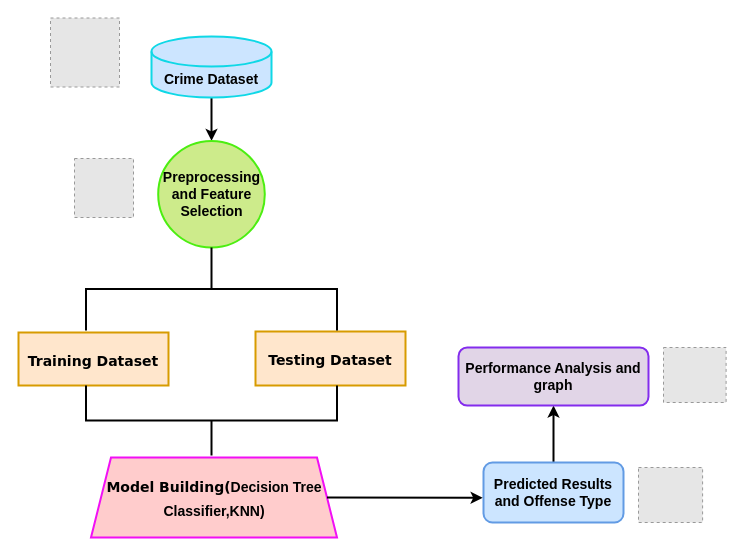
Before: Untitled Diagram.drawio in ChanumoluGayathri/System_Design, a draw.io diagram. Source tidied: cells renumbered, new cells numbered last; positions are measured from the earlier drawing's top-left corner, leaving out a move shared by most shapes. Both pictures are drawn from the tidied source at 100%, with x=0, y=0 at pixel (18, 17). Pictures stored in the file or linked from it are replaced by grey dashed boxes.
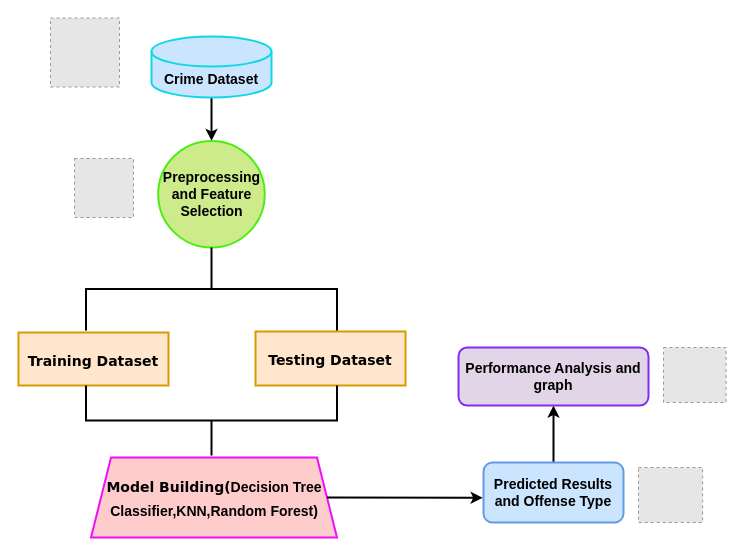
After the change.

Diff of the diagram source:
```diff
@@
 <mxGraphModel>
   <root>
     <mxCell id="0" />
     <mxCell id="1" parent="0" />
     <mxCell id="2" style="edgeStyle=orthogonalEdgeStyle;rounded=0;jettySize=auto;html=1;strokeWidth=2;" parent="1" edge="1" source="3" target="4">
       <mxGeometry relative="1" as="geometry" />
     </mxCell>
     <mxCell id="3" value="&lt;span style=&quot;font-size: 14px;&quot;&gt;&lt;b&gt;Crime Dataset&lt;/b&gt;&lt;/span&gt;" style="shape=cylinder3;whiteSpace=wrap;html=1;boundedLbl=1;backgroundOutline=1;size=15;fillColor=#cce5ff;strokeColor=#0fd8e6;strokeWidth=2;" parent="1" vertex="1">
       <mxGeometry x="133" y="19" width="120" height="61" as="geometry" />
     </mxCell>
     <mxCell id="4" value="&lt;b style=&quot;font-size: 14px;&quot;&gt;&lt;font style=&quot;font-size: 14px;&quot;&gt;Preprocessing and Feature S&lt;/font&gt;election&lt;/b&gt;" style="ellipse;whiteSpace=wrap;html=1;fillColor=#cdeb8b;strokeColor=#4cee11;strokeWidth=2;" parent="1" vertex="1">
       <mxGeometry x="139.7" y="123.4" width="106.6" height="106.6" as="geometry" />
     </mxCell>
     <mxCell id="5" style="edgeStyle=orthogonalEdgeStyle;rounded=0;jettySize=auto;html=1;strokeWidth=2;" parent="1" edge="1" source="6" target="7">
       <mxGeometry relative="1" as="geometry" />
     </mxCell>
     <mxCell id="6" value="&lt;b&gt;&lt;font style=&quot;font-size: 14px;&quot;&gt;Predicted Results and Offense Type&lt;/font&gt;&lt;/b&gt;" style="rounded=1;whiteSpace=wrap;html=1;fillColor=#cce5ff;strokeColor=#629be4;strokeWidth=2;" parent="1" vertex="1">
       <mxGeometry x="465" y="445" width="140" height="60" as="geometry" />
     </mxCell>
     <mxCell id="7" value="&lt;b&gt;&lt;font style=&quot;font-size: 14px;&quot;&gt;Performance Analysis and graph&lt;/font&gt;&lt;/b&gt;" style="rounded=1;whiteSpace=wrap;html=1;fillColor=#e1d5e7;strokeColor=#832ced;strokeWidth=2;" parent="1" vertex="1">
       <mxGeometry x="440" y="330" width="190" height="58" as="geometry" />
     </mxCell>
     <mxCell id="8" value="&lt;font size=&quot;1&quot; face=&quot;Verdana&quot;&gt;&lt;b style=&quot;font-size: 14px;&quot;&gt;Training Dataset&lt;/b&gt;&lt;/font&gt;" style="whiteSpace=wrap;html=1;hachureGap=4;fontFamily=Architects Daughter;fontSize=20;fillColor=#ffe6cc;strokeColor=#d79b00;strokeWidth=2;" parent="1" vertex="1">
       <mxGeometry y="315" width="150" height="53" as="geometry" />
     </mxCell>
     <mxCell id="9" value="&lt;font size=&quot;1&quot; face=&quot;Verdana&quot;&gt;&lt;b style=&quot;font-size: 14px;&quot;&gt;Testing Dataset&lt;/b&gt;&lt;/font&gt;" style="rounded=0;whiteSpace=wrap;html=1;hachureGap=4;fontFamily=Architects Daughter;fontSize=20;fillColor=#ffe6cc;strokeColor=#d79b00;strokeWidth=2;" parent="1" vertex="1">
       <mxGeometry x="237" y="314" width="150" height="54" as="geometry" />
     </mxCell>
-    <mxCell id="10" value="&lt;font style=&quot;font-size: 14px;&quot;&gt;&lt;b&gt;&lt;font style=&quot;font-size: 14px;&quot; face=&quot;Verdana&quot;&gt;Model Building(&lt;/font&gt;&lt;span style=&quot;border-color: var(--border-color); font-family: Helvetica;&quot;&gt;&lt;font style=&quot;border-color: var(--border-color); font-size: 14px;&quot;&gt;Decision Tree Classifier,KNN)&lt;/font&gt;&lt;/span&gt;&lt;/b&gt;&lt;/font&gt;" style="shape=trapezoid;perimeter=trapezoidPerimeter;whiteSpace=wrap;html=1;fixedSize=1;fontSize=20;fontFamily=Architects Daughter;hachureGap=4;fillColor=#ffcccc;strokeColor=#f10ff5;strokeWidth=2;" parent="1" vertex="1">
+    <mxCell id="10" value="&lt;font style=&quot;font-size: 14px;&quot;&gt;&lt;b&gt;&lt;font style=&quot;font-size: 14px;&quot; face=&quot;Verdana&quot;&gt;Model Building(&lt;/font&gt;&lt;span style=&quot;border-color: var(--border-color); font-family: Helvetica;&quot;&gt;&lt;font style=&quot;border-color: var(--border-color); font-size: 14px;&quot;&gt;Decision Tree Classifier,KNN,Random Forest)&lt;/font&gt;&lt;/span&gt;&lt;/b&gt;&lt;/font&gt;" style="shape=trapezoid;perimeter=trapezoidPerimeter;whiteSpace=wrap;html=1;fixedSize=1;fontSize=20;fontFamily=Architects Daughter;hachureGap=4;fillColor=#ffcccc;strokeColor=#f10ff5;strokeWidth=2;" parent="1" vertex="1">
       <mxGeometry x="72.5" y="440" width="246" height="80" as="geometry" />
     </mxCell>
     <mxCell id="11" style="fillColor=#E6E6E6;strokeColor=#999999;dashed=1;verticalLabelPosition=bottom;labelBackgroundColor=default;verticalAlign=top;" parent="1" vertex="1">
       <mxGeometry x="56" y="141" width="59" height="59" as="geometry" />
     </mxCell>
     <mxCell id="12" style="fillColor=#E6E6E6;strokeColor=#999999;dashed=1;verticalLabelPosition=bottom;labelBackgroundColor=default;verticalAlign=top;" parent="1" vertex="1">
       <mxGeometry x="32" y="0.5" width="69" height="69" as="geometry" />
     </mxCell>
     <mxCell id="13" style="fillColor=#E6E6E6;strokeColor=#999999;dashed=1;verticalLabelPosition=bottom;labelBackgroundColor=default;verticalAlign=top;" parent="1" vertex="1">
       <mxGeometry x="645" y="330" width="62.6" height="55" as="geometry" />
     </mxCell>
     <mxCell id="14" style="fillColor=#E6E6E6;strokeColor=#999999;dashed=1;verticalLabelPosition=bottom;labelBackgroundColor=default;verticalAlign=top;" parent="1" vertex="1">
       <mxGeometry x="620" y="450" width="64.1" height="55" as="geometry" />
     </mxCell>
     <mxCell id="15" style="strokeWidth=2;html=1;shape=mxgraph.flowchart.annotation_2;align=left;labelPosition=right;hachureGap=4;fontFamily=Architects Daughter;fontSize=20;perimeterSpacing=4;direction=south;" parent="1" vertex="1">
       <mxGeometry x="67.5" y="230" width="251" height="83" as="geometry" />
     </mxCell>
     <mxCell id="16" style="strokeWidth=2;html=1;shape=mxgraph.flowchart.annotation_2;align=left;labelPosition=right;hachureGap=4;fontFamily=Architects Daughter;fontSize=20;perimeterSpacing=4;direction=north;" parent="1" vertex="1">
       <mxGeometry x="67.5" y="368" width="251" height="70" as="geometry" />
     </mxCell>
     <mxCell id="17" style="endArrow=classic;html=1;rounded=0;hachureGap=4;fontFamily=Architects Daughter;fontSize=16;exitX=1;exitY=0.5;exitDx=0;exitDy=0;entryX=-0.006;entryY=0.589;entryDx=0;entryDy=0;entryPerimeter=0;strokeWidth=2;" parent="1" edge="1" source="10" target="6">
       <mxGeometry relative="1" as="geometry" />
     </mxCell>
   </root>
 </mxGraphModel>
```
